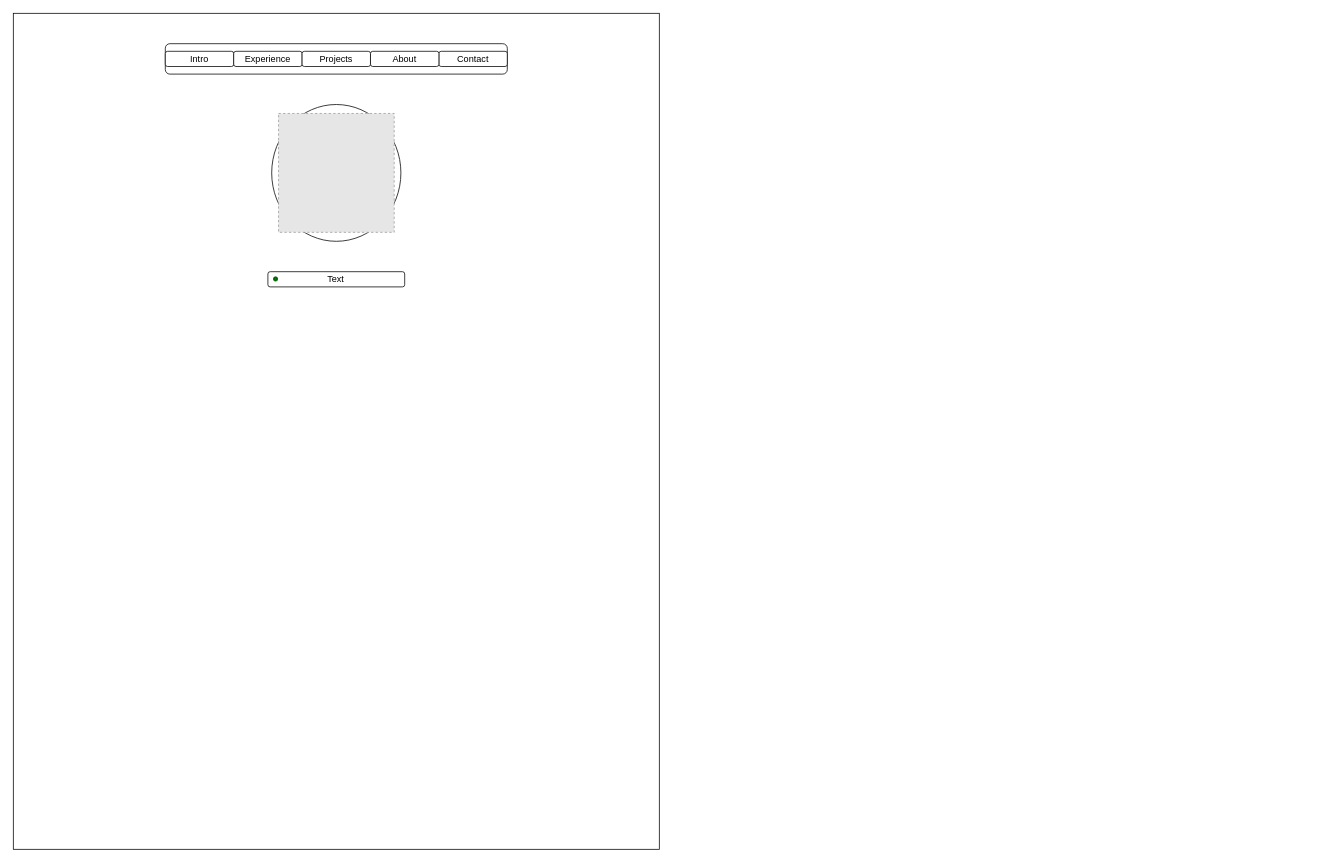
Before: wireframe/plan.drawio in aitzaz-qadir/portfolio-website, a draw.io diagram. Source tidied: cells renumbered, new cells numbered last; positions are measured from the earlier drawing's top-left corner, leaving out a move shared by most shapes. Both pictures are drawn from the tidied source at 76%, with x=0, y=0 at pixel (13, 13). Pictures stored in the file or linked from it are replaced by grey dashed boxes.
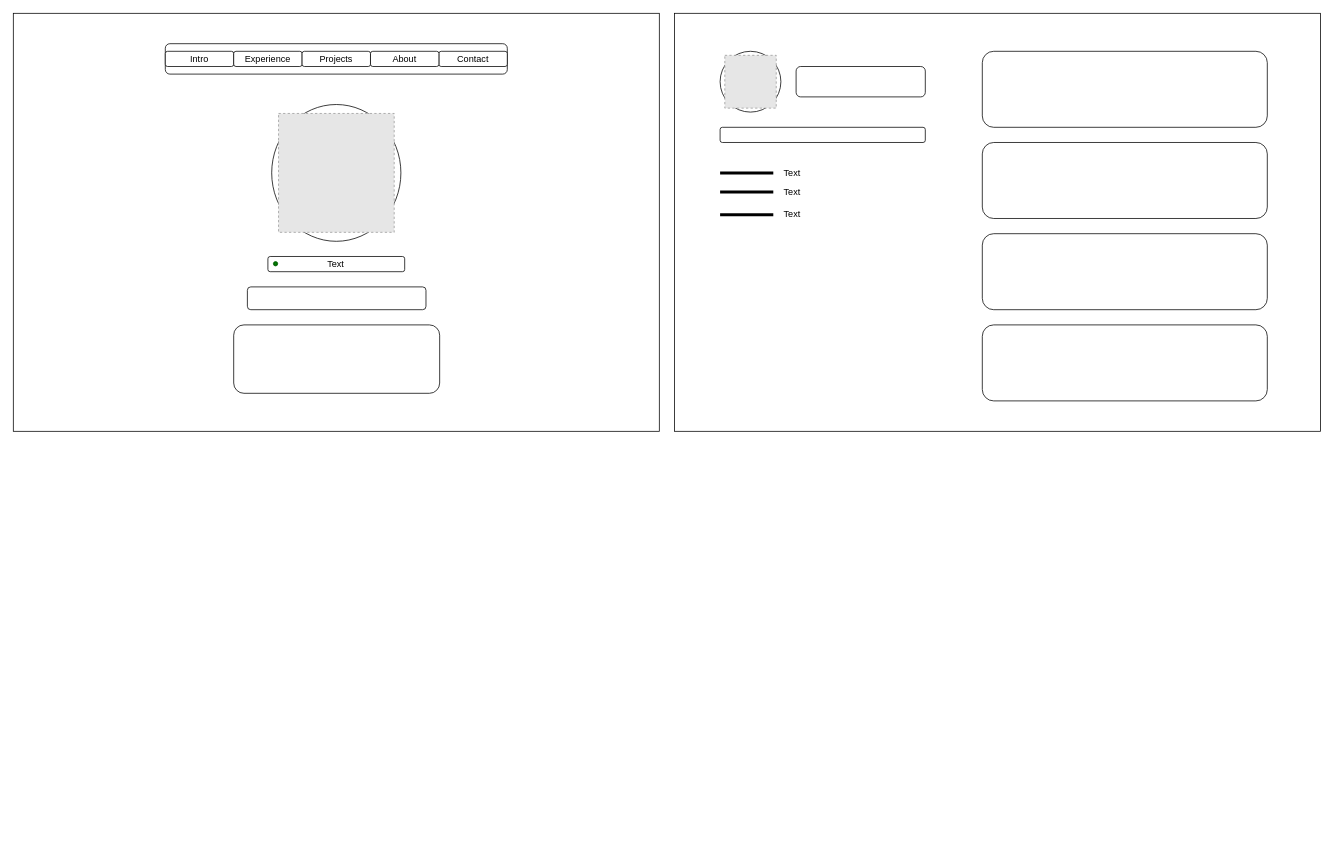
The same diagram, later.

Commit message:
- Added initial design plan wirerfame

What changed in the source:
```diff
@@
     <mxCell id="2" style="rounded=0;whiteSpace=wrap;html=1;" parent="1" vertex="1">
-      <mxGeometry width="850" height="1100" as="geometry" />
+      <mxGeometry width="850" height="550" as="geometry" />
     </mxCell>
-    <mxCell id="3" style="ellipse;whiteSpace=wrap;html=1;" parent="1" vertex="1">
-      <mxGeometry x="340" y="120" width="170" height="180" as="geometry" />
-    </mxCell>
     <mxCell id="4" style="group;" parent="1" vertex="1">
-      <mxGeometry x="335" y="340" width="180" height="20" as="geometry" />
+      <mxGeometry x="335" y="320" width="180" height="20" as="geometry" />
     </mxCell>
@@
+    <mxCell id="24" style="rounded=1;whiteSpace=wrap;html=1;" parent="1" vertex="1">
+      <mxGeometry x="308" y="360" width="235" height="30" as="geometry" />
+    </mxCell>
+    <mxCell id="25" style="rounded=0;whiteSpace=wrap;html=1;" parent="1" vertex="1">
+      <mxGeometry x="870" width="850" height="550" as="geometry" />
+    </mxCell>
+    <mxCell id="26" style="group;" parent="1" vertex="1">
+      <mxGeometry x="340" y="120" width="170" height="180" as="geometry" />
+    </mxCell>
+    <mxCell id="3" style="ellipse;whiteSpace=wrap;html=1;" parent="26" vertex="1">
+      <mxGeometry width="170" height="180" as="geometry" />
+    </mxCell>
-    <mxCell id="23" style="fillColor=#E6E6E6;strokeColor=#999999;dashed=1;verticalLabelPosition=bottom;labelBackgroundColor=default;verticalAlign=top;" parent="1" vertex="1">
-      <mxGeometry x="349" y="131.8" width="152.2" height="156.4" as="geometry" />
+    <mxCell id="23" style="fillColor=#E6E6E6;strokeColor=#999999;dashed=1;verticalLabelPosition=bottom;labelBackgroundColor=default;verticalAlign=top;" parent="26" vertex="1">
+      <mxGeometry x="9" y="11.8" width="152.2" height="156.4" as="geometry" />
     </mxCell>
+    <mxCell id="27" style="group;" parent="1" vertex="1">
+      <mxGeometry x="930" y="50" width="80" height="80" as="geometry" />
+    </mxCell>
+    <mxCell id="28" style="ellipse;whiteSpace=wrap;html=1;" parent="27" vertex="1">
+      <mxGeometry width="80" height="80" as="geometry" />
+    </mxCell>
+    <mxCell id="29" style="fillColor=#E6E6E6;strokeColor=#999999;dashed=1;verticalLabelPosition=bottom;labelBackgroundColor=default;verticalAlign=top;" parent="27" vertex="1">
+      <mxGeometry x="6.2" y="5.3" width="67.7" height="69.5" as="geometry" />
+    </mxCell>
+    <mxCell id="30" style="rounded=1;whiteSpace=wrap;html=1;" parent="1" vertex="1">
+      <mxGeometry x="290" y="410" width="271" height="90" as="geometry" />
+    </mxCell>
+    <mxCell id="31" style="rounded=1;whiteSpace=wrap;html=1;" parent="1" vertex="1">
+      <mxGeometry x="1030" y="70" width="170" height="40" as="geometry" />
+    </mxCell>
+    <mxCell id="32" style="rounded=1;whiteSpace=wrap;html=1;" parent="1" vertex="1">
+      <mxGeometry x="930" y="150" width="270" height="20" as="geometry" />
+    </mxCell>
+    <mxCell id="33" style="line;strokeWidth=4;html=1;perimeter=backbonePerimeter;fillColor=#252525;" parent="1" vertex="1">
+      <mxGeometry x="930" y="205" width="70" height="10" as="geometry" />
+    </mxCell>
+    <mxCell id="34" style="line;strokeWidth=4;html=1;perimeter=backbonePerimeter;fillColor=#252525;" parent="1" vertex="1">
+      <mxGeometry x="930" y="230" width="70" height="10" as="geometry" />
+    </mxCell>
+    <mxCell id="35" style="line;strokeWidth=4;html=1;perimeter=backbonePerimeter;fillColor=#252525;" parent="1" vertex="1">
+      <mxGeometry x="930" y="260" width="70" height="10" as="geometry" />
+    </mxCell>
+    <mxCell id="36" value="Text" style="text;html=1;align=center;verticalAlign=middle;whiteSpace=wrap;rounded=0;" parent="1" vertex="1">
+      <mxGeometry x="1010" y="202.5" width="30" height="15" as="geometry" />
+    </mxCell>
+    <mxCell id="37" value="Text" style="text;html=1;align=center;verticalAlign=middle;whiteSpace=wrap;rounded=0;" parent="1" vertex="1">
+      <mxGeometry x="1010" y="227.5" width="30" height="15" as="geometry" />
+    </mxCell>
+    <mxCell id="38" value="Text" style="text;html=1;align=center;verticalAlign=middle;whiteSpace=wrap;rounded=0;" parent="1" vertex="1">
+      <mxGeometry x="1010" y="257.5" width="30" height="15" as="geometry" />
+    </mxCell>
+    <mxCell id="39" style="rounded=1;whiteSpace=wrap;html=1;" parent="1" vertex="1">
+      <mxGeometry x="1275" y="50" width="375" height="100" as="geometry" />
+    </mxCell>
+    <mxCell id="40" style="rounded=1;whiteSpace=wrap;html=1;" parent="1" vertex="1">
+      <mxGeometry x="1275" y="170" width="375" height="100" as="geometry" />
+    </mxCell>
+    <mxCell id="41" style="rounded=1;whiteSpace=wrap;html=1;" parent="1" vertex="1">
+      <mxGeometry x="1275" y="290" width="375" height="100" as="geometry" />
+    </mxCell>
+    <mxCell id="42" style="rounded=1;whiteSpace=wrap;html=1;" parent="1" vertex="1">
+      <mxGeometry x="1275" y="410" width="375" height="100" as="geometry" />
+    </mxCell>
```
